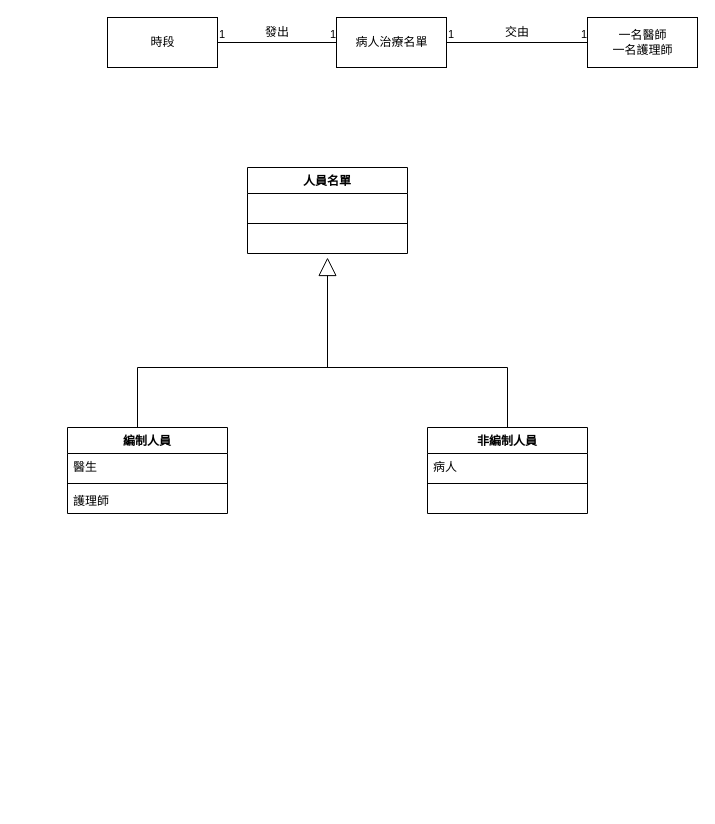
Before: Clinic.drawio in 35596035/110-2HW2, a draw.io diagram. Source tidied: cells renumbered, new cells numbered last; positions are measured from the earlier drawing's top-left corner, leaving out a move shared by most shapes. Both pictures are drawn from the tidied source at 100%, with x=0, y=0 at pixel (67, 17).
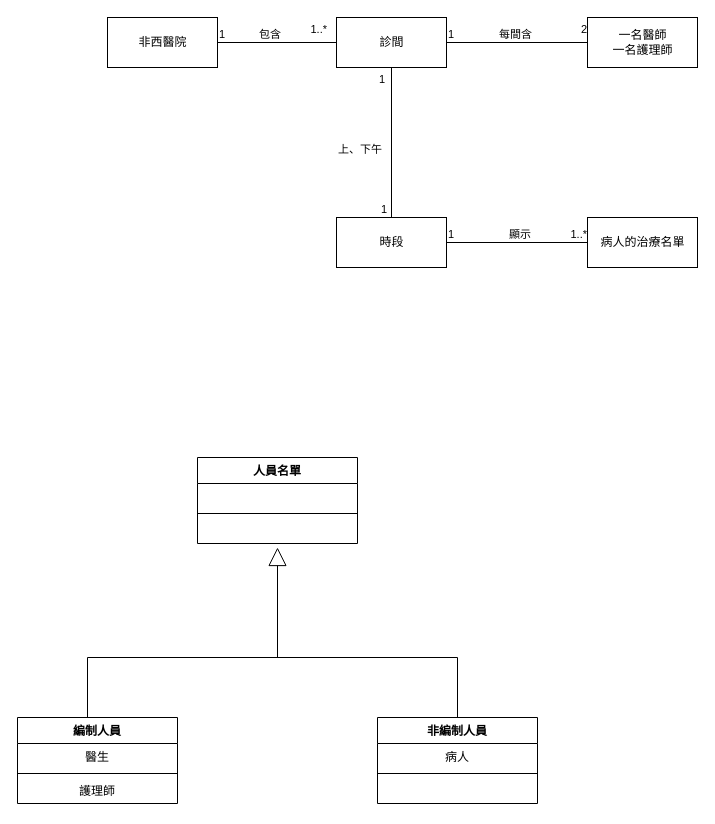
The same page after the edit.

The change refers to these unchanged cells:
```xml
<mxCell id="21" style="endArrow=none;html=1;edgeStyle=orthogonalEdgeStyle;rounded=0;entryX=0;entryY=0.5;entryDx=0;entryDy=0;exitX=1;exitY=0.5;exitDx=0;exitDy=0;" parent="1" edge="1" source="18" target="19">
  <mxGeometry relative="1" as="geometry" />
</mxCell>
<mxCell id="25" style="endArrow=none;html=1;edgeStyle=orthogonalEdgeStyle;rounded=0;exitX=1;exitY=0.5;exitDx=0;exitDy=0;entryX=0;entryY=0.5;entryDx=0;entryDy=0;" parent="1" edge="1" source="19" target="20">
  <mxGeometry relative="1" as="geometry" />
</mxCell>
```

Change to the diagram source:
```diff
@@
     <mxCell id="2" value="編制人員" style="swimlane;fontStyle=1;align=center;verticalAlign=top;horizontal=1;startSize=26;" parent="1" vertex="1">
-      <mxGeometry y="410" width="160" height="86" as="geometry" />
+      <mxGeometry x="-50" y="700" width="160" height="86" as="geometry" />
     </mxCell>
-    <mxCell id="3" value="醫生" style="text;strokeColor=none;fillColor=none;align=left;verticalAlign=top;spacingLeft=4;spacingRight=4;overflow=hidden;" parent="2" vertex="1">
+    <mxCell id="3" value="醫生" style="text;strokeColor=none;fillColor=none;align=center;verticalAlign=top;spacingLeft=4;spacingRight=4;overflow=hidden;" parent="2" vertex="1">
       <mxGeometry y="26" width="160" height="26" as="geometry" />
     </mxCell>
@@
-    <mxCell id="5" value="護理師" style="text;strokeColor=none;fillColor=none;align=left;verticalAlign=top;spacingLeft=4;spacingRight=4;overflow=hidden;" parent="2" vertex="1">
+    <mxCell id="5" value="護理師" style="text;strokeColor=none;fillColor=none;align=center;verticalAlign=top;spacingLeft=4;spacingRight=4;overflow=hidden;" parent="2" vertex="1">
       <mxGeometry y="60" width="160" height="26" as="geometry" />
     </mxCell>
     <mxCell id="6" value="人員名單" style="swimlane;fontStyle=1;align=center;verticalAlign=top;horizontal=1;startSize=26;" parent="1" vertex="1">
-      <mxGeometry x="180" y="150" width="160" height="86" as="geometry" />
+      <mxGeometry x="130" y="440" width="160" height="86" as="geometry" />
     </mxCell>
@@
     <mxCell id="10" value="非編制人員" style="swimlane;fontStyle=1;align=center;verticalAlign=top;horizontal=1;startSize=26;" parent="1" vertex="1">
-      <mxGeometry x="360" y="410" width="160" height="86" as="geometry" />
+      <mxGeometry x="310" y="700" width="160" height="86" as="geometry" />
     </mxCell>
-    <mxCell id="11" value="病人" style="text;strokeColor=none;fillColor=none;align=left;verticalAlign=top;spacingLeft=4;spacingRight=4;overflow=hidden;" parent="10" vertex="1">
+    <mxCell id="11" value="病人" style="text;strokeColor=none;fillColor=none;align=center;verticalAlign=top;spacingLeft=4;spacingRight=4;overflow=hidden;" parent="10" vertex="1">
       <mxGeometry y="26" width="160" height="26" as="geometry" />
     </mxCell>
@@
     <mxCell id="14" style="endArrow=none;html=1;rounded=0;" parent="1" edge="1">
       <mxGeometry relative="1" as="geometry">
-        <mxPoint x="70" y="350" as="sourcePoint" />
-        <mxPoint x="440" y="350" as="targetPoint" />
+        <mxPoint x="20" y="640" as="sourcePoint" />
+        <mxPoint x="390" y="640" as="targetPoint" />
       </mxGeometry>
     </mxCell>
     <mxCell id="15" style="endArrow=none;html=1;rounded=0;entryX=0.5;entryY=0;entryDx=0;entryDy=0;" parent="1" edge="1" target="10">
       <mxGeometry relative="1" as="geometry">
-        <mxPoint x="440" y="350" as="sourcePoint" />
+        <mxPoint x="390" y="640" as="sourcePoint" />
       </mxGeometry>
     </mxCell>
     <mxCell id="16" style="endArrow=none;html=1;rounded=0;entryX=0.5;entryY=0;entryDx=0;entryDy=0;" parent="1" edge="1">
       <mxGeometry relative="1" as="geometry">
-        <mxPoint x="70" y="350" as="sourcePoint" />
-        <mxPoint x="70" y="410" as="targetPoint" />
+        <mxPoint x="20" y="640" as="sourcePoint" />
+        <mxPoint x="20" y="700" as="targetPoint" />
       </mxGeometry>
     </mxCell>
     <mxCell id="17" style="endArrow=block;endSize=16;endFill=0;html=1;rounded=0;" parent="1" edge="1">
       <mxGeometry x="0.27" y="-50" relative="1" as="geometry">
-        <mxPoint x="260" y="350" as="sourcePoint" />
-        <mxPoint x="260" y="240" as="targetPoint" />
+        <mxPoint x="210" y="640" as="sourcePoint" />
+        <mxPoint x="210" y="530" as="targetPoint" />
       </mxGeometry>
     </mxCell>
-    <mxCell id="18" value="時段" style="html=1;" parent="1" vertex="1">
+    <mxCell id="18" value="非西醫院" style="html=1;" parent="1" vertex="1">
       <mxGeometry x="40" width="110" height="50" as="geometry" />
     </mxCell>
-    <mxCell id="19" value="病人治療名單" style="html=1;" parent="1" vertex="1">
+    <mxCell id="19" value="診間" style="html=1;" parent="1" vertex="1">
       <mxGeometry x="269" width="110" height="50" as="geometry" />
     </mxCell>
@@
-    <mxCell id="23" value="1" style="edgeLabel;html=1;align=right;verticalAlign=bottom;" parent="21" vertex="1">
-      <mxGeometry x="1" relative="1" as="geometry" />
+    <mxCell id="23" value="1..*" style="edgeLabel;html=1;align=right;verticalAlign=bottom;" parent="21" vertex="1">
+      <mxGeometry x="1" relative="1" as="geometry">
+        <mxPoint x="-9" y="-5" as="offset" />
+      </mxGeometry>
     </mxCell>
-    <mxCell id="24" value="發出" style="text;html=1;strokeColor=none;fillColor=none;align=center;verticalAlign=middle;whiteSpace=wrap;rounded=0;" parent="1" vertex="1">
-      <mxGeometry x="180" width="60" height="30" as="geometry" />
-    </mxCell>
@@
-    <mxCell id="27" value="1" style="edgeLabel;html=1;align=right;verticalAlign=bottom;" parent="25" vertex="1">
-      <mxGeometry x="1" relative="1" as="geometry" />
+    <mxCell id="27" value="2" style="edgeLabel;html=1;align=right;verticalAlign=bottom;" parent="25" vertex="1">
+      <mxGeometry x="1" relative="1" as="geometry">
+        <mxPoint y="-5" as="offset" />
+      </mxGeometry>
     </mxCell>
-    <mxCell id="28" value="交由" style="text;html=1;strokeColor=none;fillColor=none;align=center;verticalAlign=middle;whiteSpace=wrap;rounded=0;" parent="1" vertex="1">
-      <mxGeometry x="420" width="60" height="30" as="geometry" />
-    </mxCell>
+    <mxCell id="29" style="endArrow=none;html=1;edgeStyle=orthogonalEdgeStyle;rounded=0;exitX=0.5;exitY=1;exitDx=0;exitDy=0;entryX=0.5;entryY=0;entryDx=0;entryDy=0;" parent="1" edge="1" source="19" target="32">
+      <mxGeometry relative="1" as="geometry" />
+    </mxCell>
+    <mxCell id="30" value="1" style="edgeLabel;html=1;align=left;verticalAlign=bottom;" parent="29" vertex="1">
+      <mxGeometry x="-1" relative="1" as="geometry">
+        <mxPoint x="-14" y="20" as="offset" />
+      </mxGeometry>
+    </mxCell>
+    <mxCell id="31" value="1" style="edgeLabel;html=1;align=right;verticalAlign=bottom;" parent="29" vertex="1">
+      <mxGeometry x="1" relative="1" as="geometry">
+        <mxPoint x="-4" as="offset" />
+      </mxGeometry>
+    </mxCell>
+    <mxCell id="32" value="時段" style="html=1;" parent="1" vertex="1">
+      <mxGeometry x="269" y="200" width="110" height="50" as="geometry" />
+    </mxCell>
+    <mxCell id="33" value="病人的治療名單" style="html=1;" parent="1" vertex="1">
+      <mxGeometry x="520" y="200" width="110" height="50" as="geometry" />
+    </mxCell>
+    <mxCell id="34" style="endArrow=none;html=1;edgeStyle=orthogonalEdgeStyle;rounded=0;exitX=1;exitY=0.5;exitDx=0;exitDy=0;entryX=0;entryY=0.5;entryDx=0;entryDy=0;" parent="1" edge="1" source="32" target="33">
+      <mxGeometry relative="1" as="geometry" />
+    </mxCell>
+    <mxCell id="35" value="1" style="edgeLabel;html=1;align=left;verticalAlign=bottom;" parent="34" vertex="1">
+      <mxGeometry x="-1" relative="1" as="geometry" />
+    </mxCell>
+    <mxCell id="36" value="1..*" style="edgeLabel;html=1;align=right;verticalAlign=bottom;" parent="34" vertex="1">
+      <mxGeometry x="1" relative="1" as="geometry" />
+    </mxCell>
+    <mxCell id="37" value="顯示" style="edgeLabel;html=1;align=left;verticalAlign=bottom;" parent="1" vertex="1">
+      <mxGeometry x="440" y="225" as="geometry" />
+    </mxCell>
+    <mxCell id="38" value="每間含" style="edgeLabel;html=1;align=left;verticalAlign=bottom;" parent="1" vertex="1">
+      <mxGeometry x="430" y="25" as="geometry" />
+    </mxCell>
+    <mxCell id="39" value="上、下午" style="edgeLabel;html=1;align=left;verticalAlign=bottom;" parent="1" vertex="1">
+      <mxGeometry x="269" y="140" as="geometry" />
+    </mxCell>
+    <mxCell id="40" value="包含" style="edgeLabel;html=1;align=left;verticalAlign=bottom;" parent="1" vertex="1">
+      <mxGeometry x="190" y="25" as="geometry" />
+    </mxCell>
```
